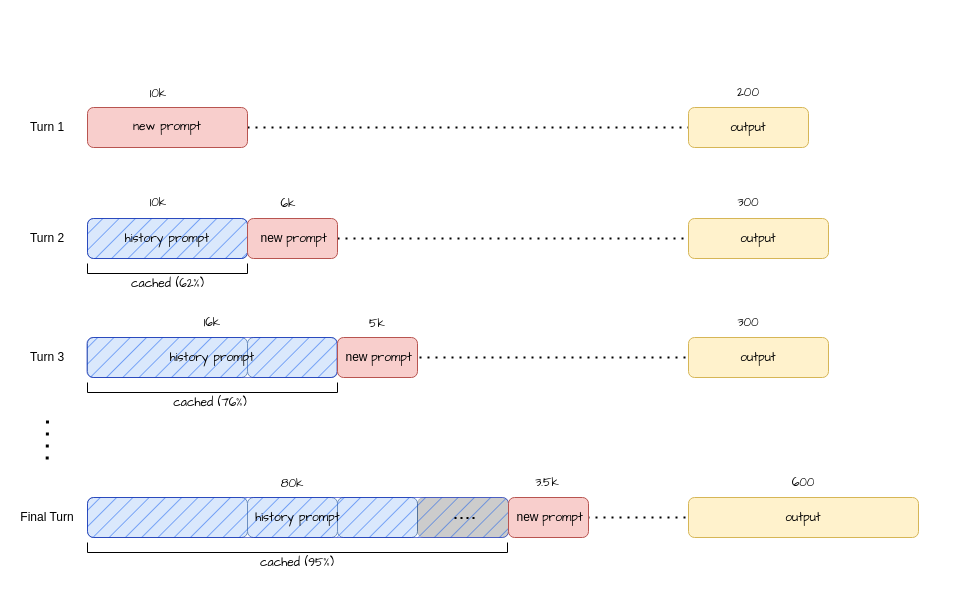
This is 多轮对话.drawio from zhoujing101/myproject, a draw.io file, before an edit. Source tidied: cells renumbered, new cells numbered last; positions are measured from the earlier drawing's top-left corner, leaving out a move shared by most shapes. Both pictures are drawn from the tidied source at 100%, with x=0, y=0 at pixel (17, 77).
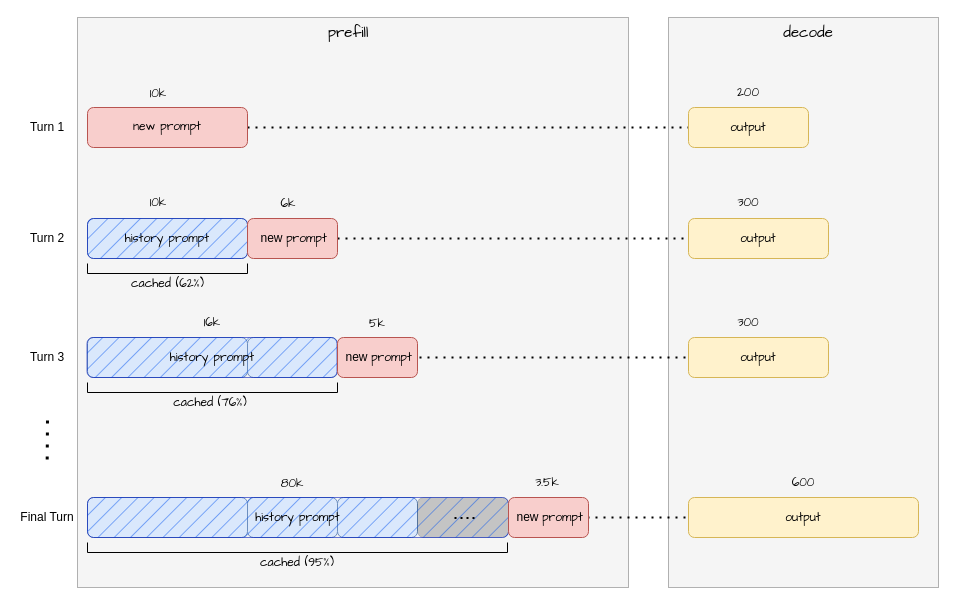
The same page after the edit.

Commit message (it also covers changes not shown here):
更新多轮对话.drawio

Diff of the diagram source:
```diff
@@
+    <mxCell id="48" style="rounded=0;whiteSpace=wrap;html=1;hachureGap=4;fontFamily=Architects Daughter;dashed=1;dashPattern=1 1;fillColor=#f5f5f5;strokeColor=#666666;fontColor=#333333;" parent="1" vertex="1">
+      <mxGeometry x="651" y="-60" width="270" height="570" as="geometry" />
+    </mxCell>
+    <mxCell id="49" style="rounded=0;whiteSpace=wrap;html=1;hachureGap=4;fontFamily=Architects Daughter;dashed=1;dashPattern=1 1;fillColor=#f5f5f5;fontColor=#333333;strokeColor=#666666;fillStyle=auto;" parent="1" vertex="1">
+      <mxGeometry x="60" y="-60" width="551" height="570" as="geometry" />
+    </mxCell>
@@
+    <mxCell id="50" value="&lt;font face=&quot;Comic Sans MS&quot; style=&quot;font-size: 15px;&quot;&gt;prefill&lt;/font&gt;" style="text;html=1;whiteSpace=wrap;strokeColor=none;fillColor=none;align=center;verticalAlign=middle;rounded=0;" parent="1" vertex="1">
+      <mxGeometry x="301" y="-60" width="60" height="30" as="geometry" />
+    </mxCell>
+    <mxCell id="51" value="&lt;font face=&quot;Comic Sans MS&quot; style=&quot;font-size: 15px;&quot;&gt;decode&lt;/font&gt;" style="text;html=1;whiteSpace=wrap;strokeColor=none;fillColor=none;align=center;verticalAlign=middle;rounded=0;" parent="1" vertex="1">
+      <mxGeometry x="761" y="-60" width="60" height="30" as="geometry" />
+    </mxCell>
```
